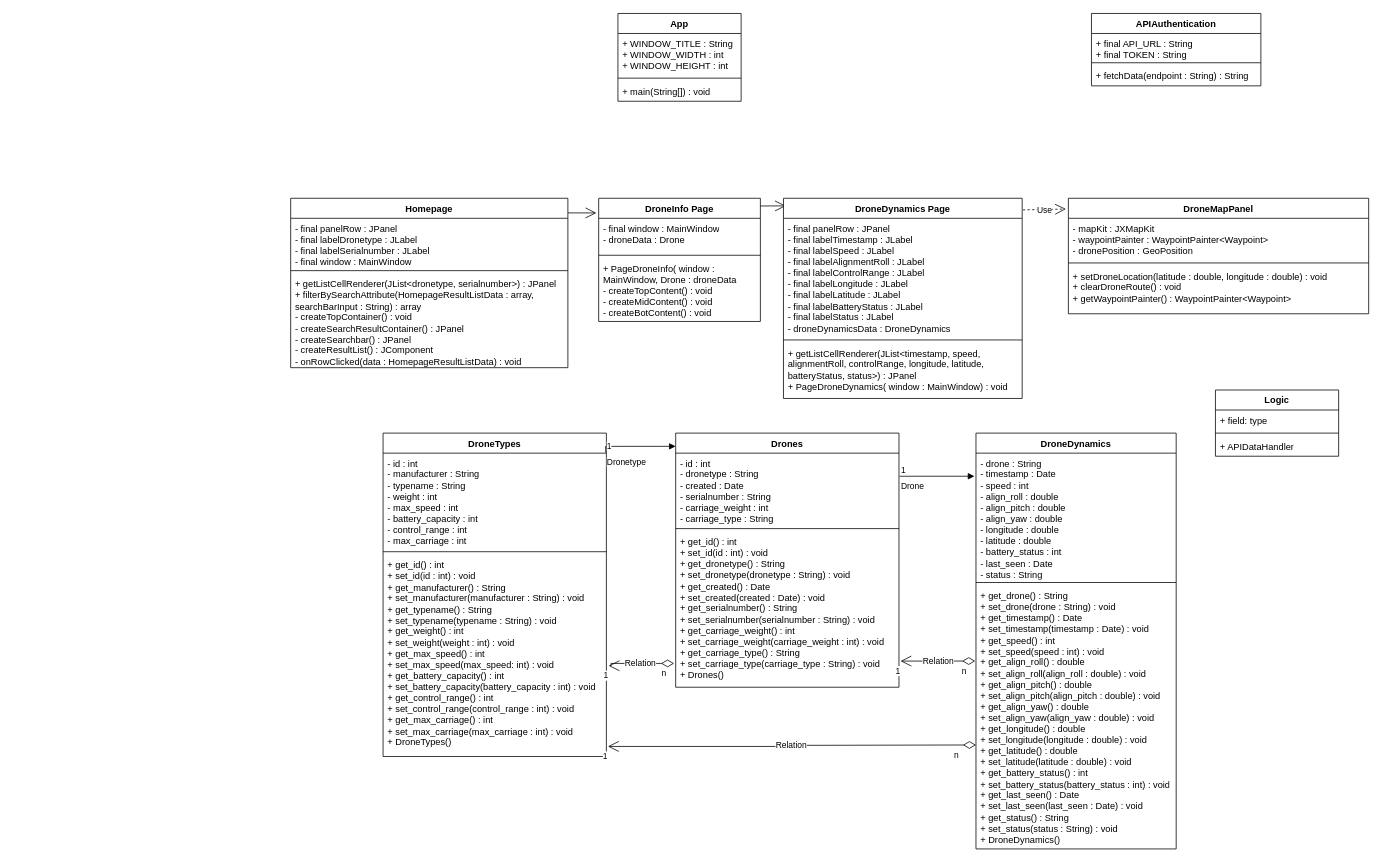
The draw.io diagram Unbenanntes Diagramm.drawio in TriesteCitizen/Drone-Simulator-Project, before the edit. Source tidied: cells renumbered, new cells numbered last; positions are measured from the earlier drawing's top-left corner, leaving out a move shared by most shapes. Both pictures are drawn from the tidied source at 77%, with x=0, y=0 at pixel (290, 13).
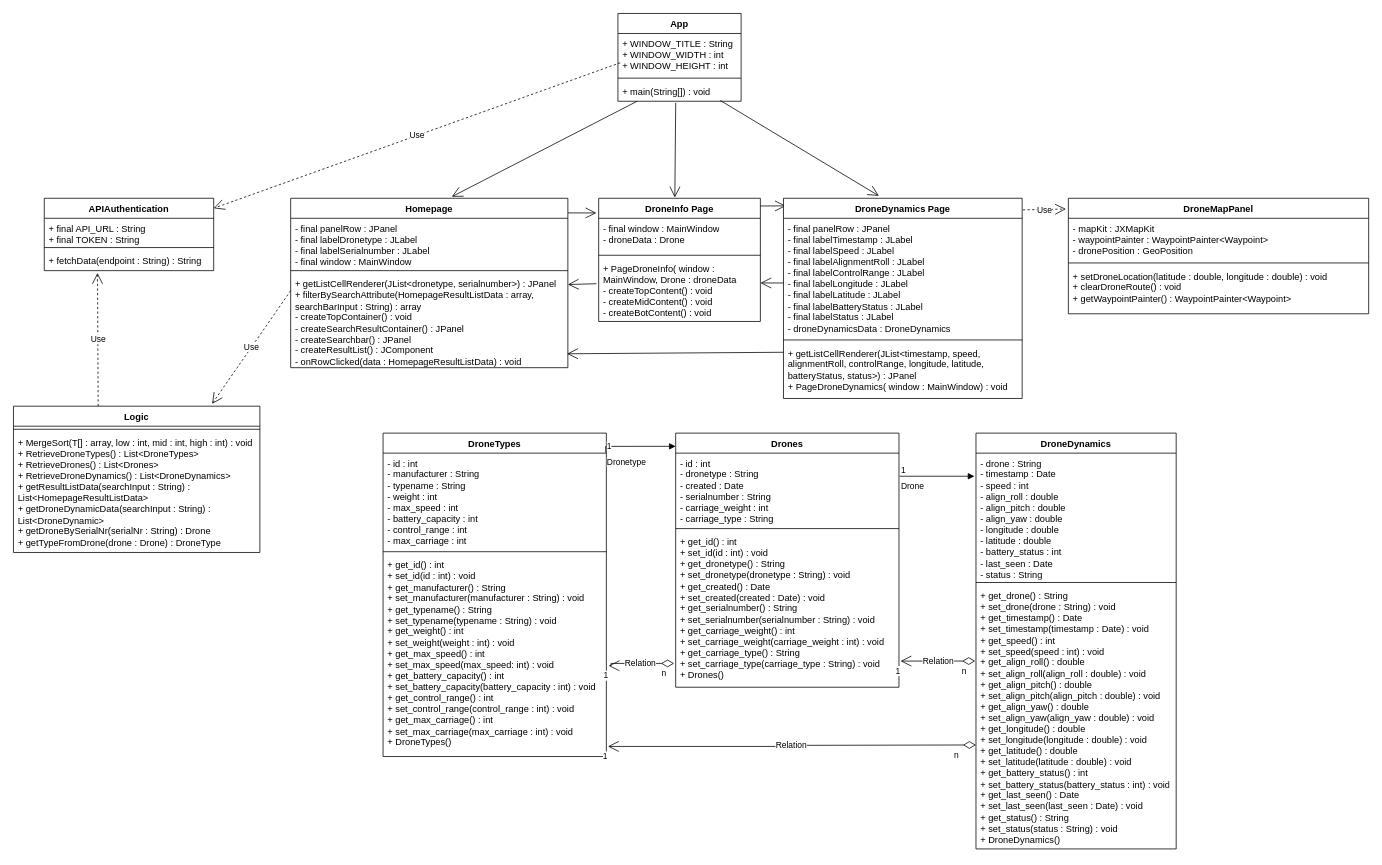
Above is the later version.

The change refers to these unchanged cells:
```xml
<mxCell id="28" value="+ fetchData(endpoint : String) : String" style="text;strokeColor=none;fillColor=none;align=left;verticalAlign=top;spacingLeft=4;spacingRight=4;overflow=hidden;points=[[0,0.5],[1,0.5]];portConstraint=eastwest;whiteSpace=wrap;html=1;" parent="25" vertex="1">
  <mxGeometry y="68" width="220" height="26" as="geometry" />
</mxCell>
<mxCell id="29" value="Homepage" style="swimlane;fontStyle=1;align=center;verticalAlign=top;horizontal=1;startSize=26;whiteSpace=wrap;html=1;" parent="1" vertex="1">
  <mxGeometry y="240" width="360" height="220" as="geometry" />
</mxCell>
<mxCell id="33" value="&lt;div&gt;+ getListCellRenderer(JList&amp;lt;dronetype, serialnumber&amp;gt;) : JPanel&lt;br&gt;&lt;/div&gt;&lt;div&gt;+ filterBySearchAttribute(HomepageResultListData : array, searchBarInput : String) : array&lt;/div&gt;&lt;div&gt;- createTopContainer() : void&lt;/div&gt;&lt;div&gt;- createSearchResultContainer() : JPanel&lt;/div&gt;&lt;div&gt;- createSearchbar() : JPanel&lt;/div&gt;&lt;div&gt;- createResultList() : JComponent&lt;br&gt;&lt;/div&gt;&lt;div&gt;- onRowClicked(data : HomepageResultListData) : void&lt;br&gt;&lt;/div&gt;" style="text;strokeColor=none;fillColor=none;align=left;verticalAlign=top;spacingLeft=4;spacingRight=4;overflow=hidden;points=[[0,0.5],[1,0.5]];portConstraint=eastwest;whiteSpace=wrap;html=1;" parent="29" vertex="1">
  <mxGeometry y="98" width="360" height="122" as="geometry" />
</mxCell>
<mxCell id="34" value="DroneInfo Page" style="swimlane;fontStyle=1;align=center;verticalAlign=top;horizontal=1;startSize=26;whiteSpace=wrap;html=1;" parent="1" vertex="1">
  <mxGeometry x="400" y="240" width="210" height="160" as="geometry" />
</mxCell>
<mxCell id="38" value="&lt;div&gt;+ PageDroneInfo( window : MainWindow, Drone : droneData&lt;/div&gt;&lt;div&gt;- createTopContent() : void&lt;/div&gt;&lt;div&gt;- createMidContent() : void&lt;/div&gt;&lt;div&gt;- createBotContent() : void&lt;br&gt;&lt;/div&gt;" style="text;strokeColor=none;fillColor=none;align=left;verticalAlign=top;spacingLeft=4;spacingRight=4;overflow=hidden;points=[[0,0.5],[1,0.5]];portConstraint=eastwest;whiteSpace=wrap;html=1;" parent="34" vertex="1">
  <mxGeometry y="78" width="210" height="82" as="geometry" />
</mxCell>
<mxCell id="39" value="DroneDynamics Page" style="swimlane;fontStyle=1;align=center;verticalAlign=top;horizontal=1;startSize=26;whiteSpace=wrap;html=1;" parent="1" vertex="1">
  <mxGeometry x="640" y="240" width="310" height="260" as="geometry" />
</mxCell>
<mxCell id="44" value="&lt;div&gt;+ WINDOW_TITLE : String&lt;/div&gt;&lt;div&gt;+ WINDOW_WIDTH : int&lt;/div&gt;&lt;div&gt;+ WINDOW_HEIGHT : int&lt;br&gt;&lt;/div&gt;" style="text;strokeColor=none;fillColor=none;align=left;verticalAlign=top;spacingLeft=4;spacingRight=4;overflow=hidden;points=[[0,0.5],[1,0.5]];portConstraint=eastwest;whiteSpace=wrap;html=1;" parent="43" vertex="1">
  <mxGeometry y="26" width="160" height="54" as="geometry" />
</mxCell>
<mxCell id="46" value="+ main(String[]) : void" style="text;strokeColor=none;fillColor=none;align=left;verticalAlign=top;spacingLeft=4;spacingRight=4;overflow=hidden;points=[[0,0.5],[1,0.5]];portConstraint=eastwest;whiteSpace=wrap;html=1;" parent="43" vertex="1">
  <mxGeometry y="88" width="160" height="26" as="geometry" />
</mxCell>
```

The edit, as a diff of the source:
```diff
@@
     <mxCell id="21" value="Logic" style="swimlane;fontStyle=1;align=center;verticalAlign=top;horizontal=1;startSize=26;whiteSpace=wrap;html=1;" parent="1" vertex="1">
-      <mxGeometry x="1201" y="489" width="160" height="86" as="geometry" />
+      <mxGeometry x="-360" y="510" width="320" height="190" as="geometry" />
     </mxCell>
-    <mxCell id="22" value="+ field: type" style="text;strokeColor=none;fillColor=none;align=left;verticalAlign=top;spacingLeft=4;spacingRight=4;overflow=hidden;whiteSpace=wrap;html=1;" parent="21" vertex="1">
-      <mxGeometry y="26" width="160" height="26" as="geometry" />
-    </mxCell>
+    <mxCell id="58" value="Use" style="endArrow=open;endSize=12;dashed=1;html=1;rounded=0;entryX=0.314;entryY=1.115;entryDx=0;entryDy=0;entryPerimeter=0;" parent="21" edge="1" target="28">
+      <mxGeometry relative="1" as="geometry">
+        <mxPoint x="110" as="sourcePoint" />
+      </mxGeometry>
+    </mxCell>
     <mxCell id="23" style="line;strokeWidth=1;fillColor=none;align=left;verticalAlign=middle;spacingTop=-1;spacingLeft=3;spacingRight=3;labelPosition=right;strokeColor=inherit;" parent="21" vertex="1">
-      <mxGeometry y="52" width="160" height="8" as="geometry" />
+      <mxGeometry y="26" width="320" height="8" as="geometry" />
     </mxCell>
-    <mxCell id="24" value="+ APIDataHandler" style="text;strokeColor=none;fillColor=none;align=left;verticalAlign=top;spacingLeft=4;spacingRight=4;overflow=hidden;whiteSpace=wrap;html=1;" parent="21" vertex="1">
-      <mxGeometry y="60" width="160" height="26" as="geometry" />
+    <mxCell id="24" value="&lt;div&gt;+ MergeSort(T[] : array, low : int, mid : int, high : int) : void&lt;br&gt;&lt;/div&gt;&lt;div&gt;+ RetrieveDroneTypes() : List&amp;lt;DroneTypes&amp;gt;&lt;/div&gt;&lt;div&gt;+ RetrieveDrones() : List&amp;lt;Drones&amp;gt;&lt;/div&gt;&lt;div&gt;+ RetrieveDroneDynamics() : List&amp;lt;DroneDynamics&amp;gt;&lt;/div&gt;&lt;div&gt;+ getResultListData(searchInput : String) : List&amp;lt;HomepageResultListData&amp;gt;&lt;/div&gt;&lt;div&gt;+ getDroneDynamicData(searchInput : String) : List&amp;lt;DroneDynamic&amp;gt;&lt;/div&gt;&lt;div&gt;+ getDroneBySerialNr(serialNr : String) : Drone&lt;br&gt;&lt;/div&gt;&lt;div&gt;+ getTypeFromDrone(drone : Drone) : DroneType&lt;br&gt;&lt;/div&gt;&lt;div&gt;&lt;br&gt;&lt;/div&gt;" style="text;strokeColor=none;fillColor=none;align=left;verticalAlign=top;spacingLeft=4;spacingRight=4;overflow=hidden;whiteSpace=wrap;html=1;" parent="21" vertex="1">
+      <mxGeometry y="34" width="320" height="156" as="geometry" />
     </mxCell>
     <mxCell id="25" value="APIAuthentication" style="swimlane;fontStyle=1;align=center;verticalAlign=top;horizontal=1;startSize=26;whiteSpace=wrap;html=1;" parent="1" vertex="1">
-      <mxGeometry x="1040" width="220" height="94" as="geometry" />
+      <mxGeometry x="-320" y="240" width="220" height="94" as="geometry" />
     </mxCell>
@@
+    <mxCell id="59" value="Use" style="endArrow=open;endSize=12;dashed=1;html=1;rounded=0;entryX=0.806;entryY=-0.016;entryDx=0;entryDy=0;entryPerimeter=0;" parent="29" edge="1" target="21">
+      <mxGeometry relative="1" as="geometry">
+        <mxPoint y="120" as="sourcePoint" />
+      </mxGeometry>
+    </mxCell>
@@
+    <mxCell id="60" style="endArrow=open;endFill=1;endSize=12;html=1;rounded=0;" parent="39" edge="1">
+      <mxGeometry relative="1" as="geometry">
+        <mxPoint y="110" as="sourcePoint" />
+        <mxPoint x="-30" y="110" as="targetPoint" />
+      </mxGeometry>
+    </mxCell>
@@
+    <mxCell id="61" style="endArrow=open;endFill=1;endSize=12;html=1;rounded=0;entryX=0.997;entryY=0.852;entryDx=0;entryDy=0;entryPerimeter=0;" parent="39" edge="1" target="33">
+      <mxGeometry relative="1" as="geometry">
+        <mxPoint y="200" as="sourcePoint" />
+      </mxGeometry>
+    </mxCell>
@@
+    <mxCell id="62" style="endArrow=open;endFill=1;endSize=12;html=1;rounded=0;entryX=1;entryY=0.115;entryDx=0;entryDy=0;entryPerimeter=0;exitX=-0.014;exitY=0.402;exitDx=0;exitDy=0;exitPerimeter=0;" parent="1" edge="1" source="38" target="33">
+      <mxGeometry relative="1" as="geometry" />
+    </mxCell>
+    <mxCell id="63" style="endArrow=open;endFill=1;endSize=12;html=1;rounded=0;entryX=0.581;entryY=-0.009;entryDx=0;entryDy=0;entryPerimeter=0;exitX=0.156;exitY=1;exitDx=0;exitDy=0;exitPerimeter=0;" parent="1" edge="1" source="46" target="29">
+      <mxGeometry relative="1" as="geometry" />
+    </mxCell>
+    <mxCell id="64" style="endArrow=open;endFill=1;endSize=12;html=1;rounded=0;entryX=0.471;entryY=-0.006;entryDx=0;entryDy=0;entryPerimeter=0;exitX=0.469;exitY=1.077;exitDx=0;exitDy=0;exitPerimeter=0;" parent="1" edge="1" source="46" target="34">
+      <mxGeometry relative="1" as="geometry" />
+    </mxCell>
+    <mxCell id="65" style="endArrow=open;endFill=1;endSize=12;html=1;rounded=0;entryX=0.4;entryY=-0.012;entryDx=0;entryDy=0;entryPerimeter=0;exitX=0.831;exitY=0.962;exitDx=0;exitDy=0;exitPerimeter=0;" parent="1" edge="1" source="46" target="39">
+      <mxGeometry relative="1" as="geometry" />
+    </mxCell>
+    <mxCell id="66" value="Use" style="endArrow=open;endSize=12;dashed=1;html=1;rounded=0;entryX=1;entryY=0.138;entryDx=0;entryDy=0;entryPerimeter=0;exitX=0.019;exitY=0.704;exitDx=0;exitDy=0;exitPerimeter=0;" parent="1" edge="1" source="44" target="25">
+      <mxGeometry relative="1" as="geometry" />
+    </mxCell>
```
